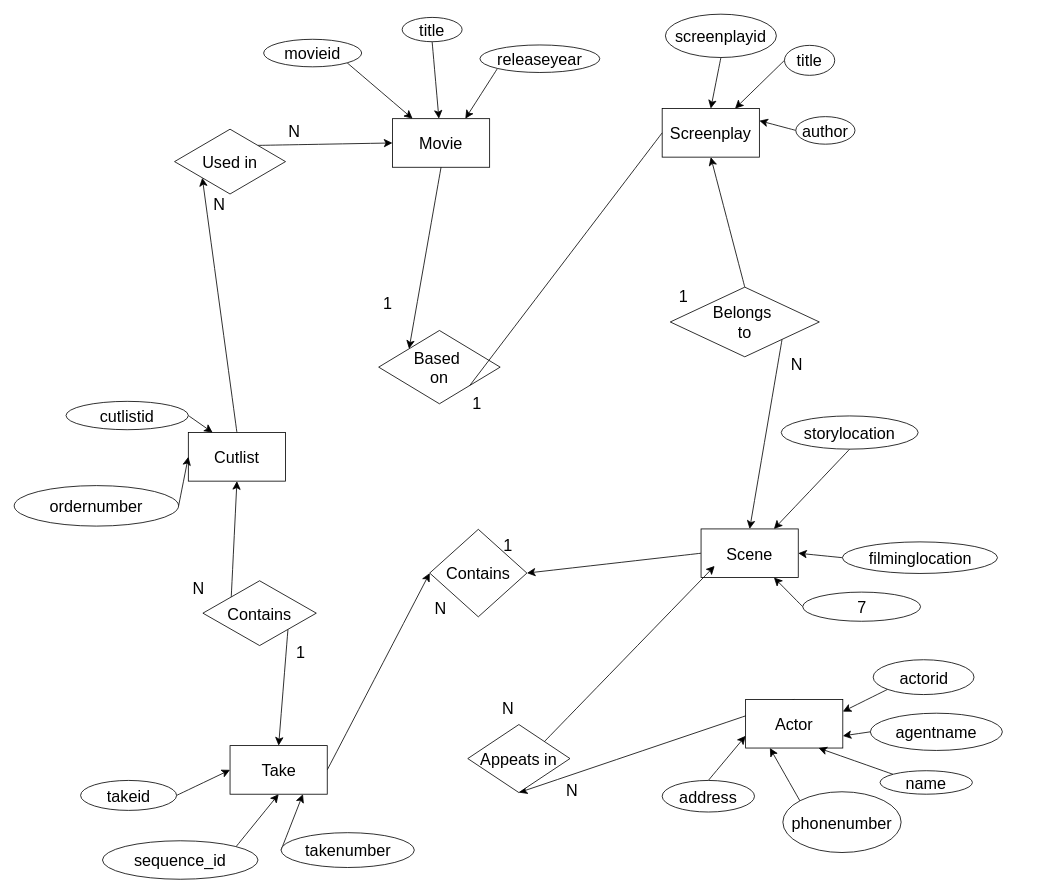
This is ER-1.drawio from Hybried8/3005, a draw.io file, before an edit. Source tidied: cells renumbered, new cells numbered last; positions are measured from the earlier drawing's top-left corner, leaving out a move shared by most shapes. Both pictures are drawn from the tidied source at 81%, with x=0, y=0 at pixel (14, 14).
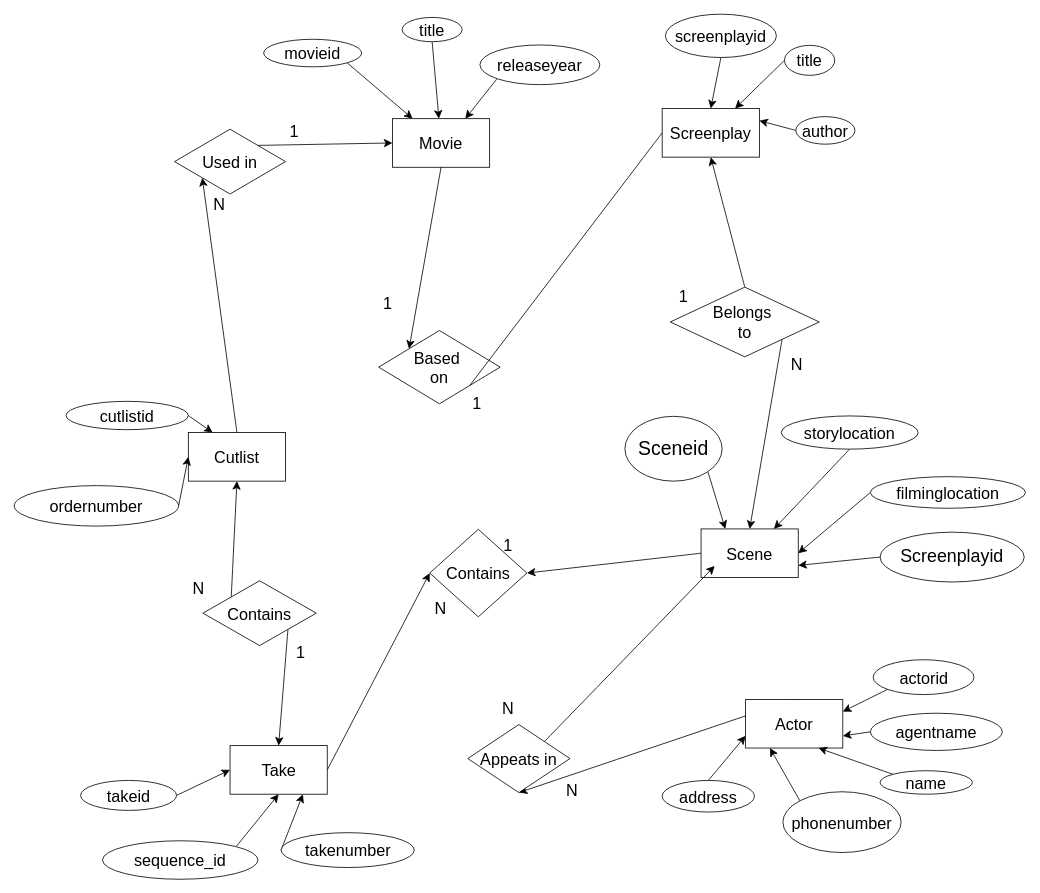
The same page after the edit.

Unchanged cells that the change refers to:
```xml
<mxCell id="5" value="Scene" style="rounded=0;whiteSpace=wrap;html=1;fontFamily=Helvetica;spacing=3;fontSize=20;" parent="1" vertex="1">
  <mxGeometry x="848" y="635.5" width="120" height="60" as="geometry" />
</mxCell>
```

The edit, as a diff of the source:
```diff
@@
     <mxCell id="13" value="releaseyear" style="ellipse;whiteSpace=wrap;html=1;fontFamily=Helvetica;spacing=3;fontSize=20;" parent="1" vertex="1">
-      <mxGeometry x="575" y="38" width="148" height="34" as="geometry" />
+      <mxGeometry x="575" y="38" width="148" height="49" as="geometry" />
     </mxCell>
@@
-    <mxCell id="18" style="edgeStyle=none;curved=1;rounded=0;jettySize=auto;html=1;exitX=0;exitY=0.5;exitDx=0;exitDy=0;entryX=0.75;entryY=1;entryDx=0;entryDy=0;fontSize=20;startSize=8;endSize=8;fontFamily=Helvetica;spacing=3;" parent="1" edge="1" source="19" target="5">
-      <mxGeometry relative="1" as="geometry" />
-    </mxCell>
-    <mxCell id="19" value="7" style="ellipse;whiteSpace=wrap;html=1;fontFamily=Helvetica;spacing=3;fontSize=20;" parent="1" vertex="1">
-      <mxGeometry x="973.5" y="713.5" width="145.5" height="36" as="geometry" />
-    </mxCell>
@@
     <mxCell id="23" value="filminglocation" style="ellipse;whiteSpace=wrap;html=1;fontFamily=Helvetica;spacing=3;fontSize=20;" parent="1" vertex="1">
-      <mxGeometry x="1022.5" y="651.5" width="191.5" height="39" as="geometry" />
+      <mxGeometry x="1057" y="571" width="191.5" height="39" as="geometry" />
     </mxCell>
@@
-    <mxCell id="68" value="N" style="text;html=1;align=center;verticalAlign=middle;whiteSpace=wrap;rounded=0;fontSize=20;fontFamily=Helvetica;spacing=3;" parent="1" vertex="1">
+    <mxCell id="68" value="1" style="text;html=1;align=center;verticalAlign=middle;whiteSpace=wrap;rounded=0;fontSize=20;fontFamily=Helvetica;spacing=3;" parent="1" vertex="1">
       <mxGeometry x="316" y="128.5" width="60" height="30" as="geometry" />
     </mxCell>
@@
+    <mxCell id="76" style="edgeStyle=none;curved=1;rounded=0;jettySize=auto;html=1;exitX=0;exitY=0.5;exitDx=0;exitDy=0;entryX=1;entryY=0.75;entryDx=0;entryDy=0;fontSize=12;startSize=8;endSize=8;" parent="1" edge="1" source="77" target="5">
+      <mxGeometry relative="1" as="geometry" />
+    </mxCell>
+    <mxCell id="77" value="&lt;font style=&quot;font-size: 22px;&quot;&gt;Screenplayid&lt;/font&gt;" style="ellipse;whiteSpace=wrap;html=1;" parent="1" vertex="1">
+      <mxGeometry x="1069" y="639.5" width="178" height="61.5" as="geometry" />
+    </mxCell>
+    <mxCell id="78" style="edgeStyle=none;curved=1;rounded=0;jettySize=auto;html=1;exitX=1;exitY=1;exitDx=0;exitDy=0;entryX=0.25;entryY=0;entryDx=0;entryDy=0;fontSize=12;startSize=8;endSize=8;" parent="1" edge="1" source="79" target="5">
+      <mxGeometry relative="1" as="geometry" />
+    </mxCell>
+    <mxCell id="79" value="&lt;font style=&quot;font-size: 24px;&quot;&gt;Sceneid&lt;/font&gt;" style="ellipse;whiteSpace=wrap;html=1;" parent="1" vertex="1">
+      <mxGeometry x="754" y="496.5" width="120" height="80" as="geometry" />
+    </mxCell>
```
